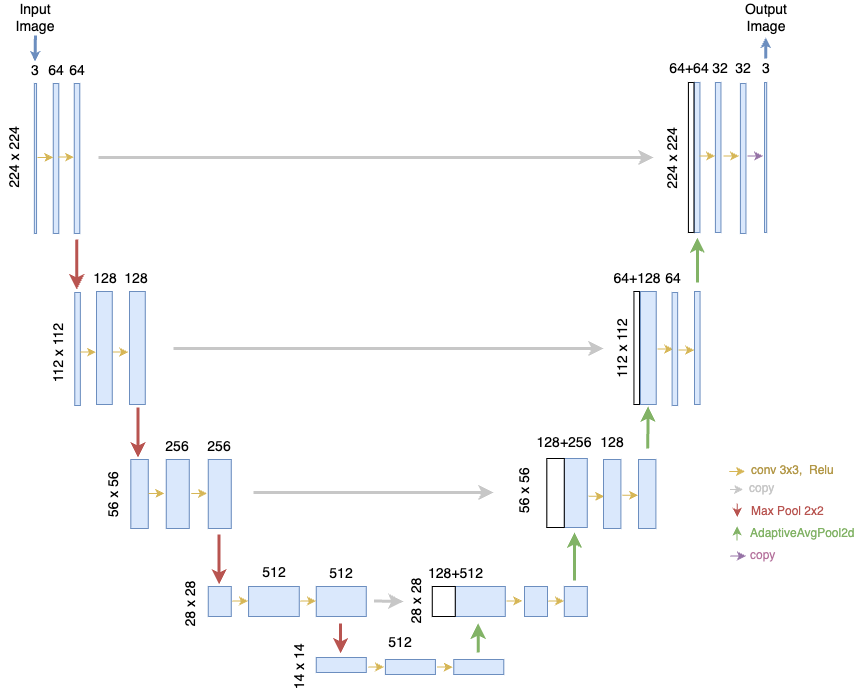
This is docs/images/unet.png from aidl-upc-2024-clothes-extractor/clothes-extractor, a draw.io export, as it was before one commit. Source tidied: cells renumbered, new cells last; positions are measured from the earlier drawing's top-left corner, leaving out a move shared by most shapes.
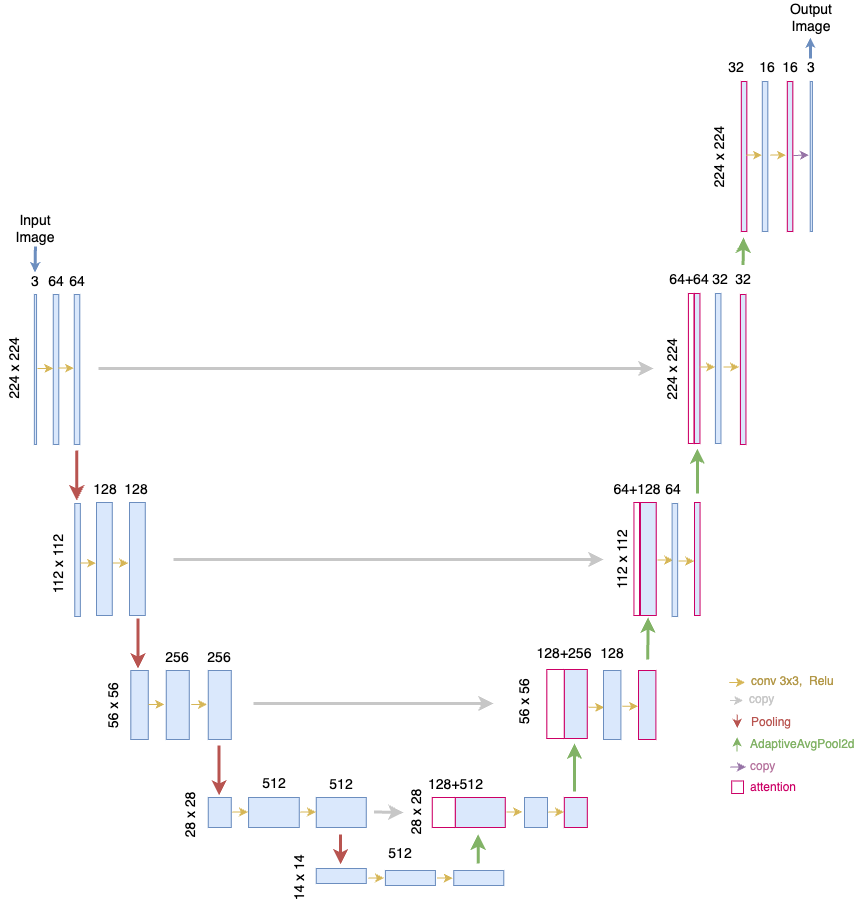
The same file after the commit.

Commit message:
Correct unet diagram

Change to the diagram source:
```diff
@@ -65,10 +65,10 @@
     <mxCell id="16" style="rounded=0;whiteSpace=wrap;html=1;fillColor=#dae8fc;strokeColor=#6c8ebf;perimeterSpacing=3;" parent="1" vertex="1">
       <mxGeometry x="341.8" y="655" width="50" height="15" as="geometry" />
     </mxCell>
-    <mxCell id="17" style="rounded=0;whiteSpace=wrap;html=1;fillColor=#dae8fc;strokeColor=#6c8ebf;perimeterSpacing=3;" parent="1" vertex="1">
+    <mxCell id="17" style="rounded=0;whiteSpace=wrap;html=1;fillColor=#dae8fc;strokeColor=#CC0066;perimeterSpacing=3;" parent="1" vertex="1">
       <mxGeometry x="480.8" y="584" width="50" height="30" as="geometry" />
     </mxCell>
-    <mxCell id="18" style="rounded=0;whiteSpace=wrap;html=1;fillColor=#dae8fc;strokeColor=#6c8ebf;perimeterSpacing=3;" parent="1" vertex="1">
+    <mxCell id="18" style="rounded=0;whiteSpace=wrap;html=1;fillColor=#dae8fc;strokeColor=#CC0066;perimeterSpacing=3;" parent="1" vertex="1">
       <mxGeometry x="589.8" y="456" width="23" height="69" as="geometry" />
     </mxCell>
     <mxCell id="19" style="rounded=0;whiteSpace=wrap;html=1;fillColor=#dae8fc;strokeColor=#6c8ebf;perimeterSpacing=3;" parent="1" vertex="1">
@@ -80,7 +80,7 @@
     <mxCell id="21" style="rounded=0;whiteSpace=wrap;html=1;fillColor=#dae8fc;strokeColor=#6c8ebf;perimeterSpacing=3;" parent="1" vertex="1">
       <mxGeometry x="233.8" y="584" width="23" height="30" as="geometry" />
     </mxCell>
-    <mxCell id="22" style="rounded=0;whiteSpace=wrap;html=1;fillColor=#dae8fc;strokeColor=#6c8ebf;perimeterSpacing=3;" parent="1" vertex="1">
+    <mxCell id="22" style="rounded=0;whiteSpace=wrap;html=1;fillColor=#dae8fc;strokeColor=#CC0066;perimeterSpacing=3;" parent="1" vertex="1">
       <mxGeometry x="719.9" y="80" width="5.5" height="150" as="geometry" />
     </mxCell>
     <mxCell id="23" style="rounded=0;whiteSpace=wrap;html=1;fillColor=#dae8fc;strokeColor=#6c8ebf;perimeterSpacing=3;" parent="1" vertex="1">
@@ -98,7 +98,7 @@
         <mxPoint x="698.7" y="346.6" as="targetPoint" />
       </mxGeometry>
     </mxCell>
-    <mxCell id="26" style="rounded=0;whiteSpace=wrap;html=1;perimeterSpacing=3;" parent="1" vertex="1">
+    <mxCell id="26" style="rounded=0;whiteSpace=wrap;html=1;perimeterSpacing=3;strokeColor=#CC0066;" parent="1" vertex="1">
       <mxGeometry x="713.9" y="80" width="5.5" height="150" as="geometry" />
     </mxCell>
     <mxCell id="27" style="endArrow=classic;html=1;rounded=0;fillColor=#f5f5f5;strokeColor=#C7C7C7;strokeWidth=3;" parent="1" edge="1">
@@ -173,11 +173,11 @@
         <mxPoint x="722.9" y="235" as="targetPoint" />
       </mxGeometry>
     </mxCell>
-    <mxCell id="39" style="rounded=0;whiteSpace=wrap;html=1;fillColor=#dae8fc;strokeColor=#6c8ebf;perimeterSpacing=3;" parent="1" vertex="1">
+    <mxCell id="39" style="rounded=0;whiteSpace=wrap;html=1;fillColor=#dae8fc;strokeColor=#CC0066;perimeterSpacing=3;" parent="1" vertex="1">
       <mxGeometry x="765.9" y="81" width="5.5" height="150" as="geometry" />
     </mxCell>
     <mxCell id="40" style="rounded=0;whiteSpace=wrap;html=1;fillColor=#dae8fc;strokeColor=#6c8ebf;perimeterSpacing=3;" parent="1" vertex="1">
-      <mxGeometry x="790" y="80" width="2.2" height="150" as="geometry" />
+      <mxGeometry x="835.7" y="-132" width="2.2" height="150" as="geometry" />
     </mxCell>
     <mxCell id="41" style="endArrow=classic;html=1;rounded=0;exitX=1;exitY=0.5;exitDx=0;exitDy=0;entryX=0;entryY=0.5;entryDx=0;entryDy=0;fillColor=#fff2cc;strokeColor=#d6b656;" parent="1" edge="1">
       <mxGeometry relative="1" as="geometry">
@@ -191,10 +191,10 @@
         <mxPoint x="764.6" y="153.6" as="targetPoint" />
       </mxGeometry>
     </mxCell>
-    <mxCell id="43" style="endArrow=classic;html=1;rounded=0;exitX=1;exitY=0.5;exitDx=0;exitDy=0;entryX=0;entryY=0.5;entryDx=0;entryDy=0;fillColor=#e1d5e7;strokeColor=#9673a6;" parent="1" edge="1">
+    <mxCell id="43" style="endArrow=classic;html=1;rounded=0;entryX=0;entryY=0.5;entryDx=0;entryDy=0;fillColor=#e1d5e7;strokeColor=#9673a6;" parent="1" edge="1">
       <mxGeometry relative="1" as="geometry">
-        <mxPoint x="772.9" y="153.6" as="sourcePoint" />
-        <mxPoint x="788.6" y="153.6" as="targetPoint" />
+        <mxPoint x="819" y="-58" as="sourcePoint" />
+        <mxPoint x="834.3" y="-58.4" as="targetPoint" />
       </mxGeometry>
     </mxCell>
     <mxCell id="44" style="endArrow=classic;html=1;rounded=0;exitX=1;exitY=0.5;exitDx=0;exitDy=0;entryX=0;entryY=0.5;entryDx=0;entryDy=0;fillColor=#fff2cc;strokeColor=#d6b656;" parent="1" edge="1">
@@ -330,13 +330,13 @@
       <mxGeometry x="759.7" y="56" width="18.1" height="19" as="geometry" />
     </mxCell>
     <mxCell id="80" value="&lt;font style=&quot;font-size: 14px;&quot;&gt;3&lt;/font&gt;" style="text;html=1;align=center;verticalAlign=middle;whiteSpace=wrap;rounded=0;" parent="1" vertex="1">
-      <mxGeometry x="783.1" y="56" width="18.1" height="19" as="geometry" />
+      <mxGeometry x="827.8" y="-156" width="18.1" height="19" as="geometry" />
     </mxCell>
     <mxCell id="81" value="&lt;font style=&quot;font-size: 14px;&quot;&gt;Input Image&lt;/font&gt;" style="text;html=1;align=center;verticalAlign=middle;whiteSpace=wrap;rounded=0;" parent="1" vertex="1">
       <mxGeometry x="30.9" width="60" height="30" as="geometry" />
     </mxCell>
     <mxCell id="82" value="&lt;font style=&quot;font-size: 14px;&quot;&gt;Output Image&lt;/font&gt;" style="text;html=1;align=center;verticalAlign=middle;whiteSpace=wrap;rounded=0;" parent="1" vertex="1">
-      <mxGeometry x="762.1" width="60" height="30" as="geometry" />
+      <mxGeometry x="806.8" y="-211" width="60" height="30" as="geometry" />
     </mxCell>
     <mxCell id="83" style="endArrow=classic;html=1;rounded=0;strokeWidth=3;fillColor=#dae8fc;strokeColor=#6c8ebf;exitX=0.5;exitY=1;exitDx=0;exitDy=0;endSize=1;startSize=1;" parent="1" edge="1">
       <mxGeometry relative="1" as="geometry">
@@ -346,8 +346,8 @@
     </mxCell>
     <mxCell id="84" style="endArrow=classic;html=1;rounded=0;strokeWidth=3;fillColor=#dae8fc;strokeColor=#6c8ebf;endSize=1;startSize=1;" parent="1" edge="1">
       <mxGeometry relative="1" as="geometry">
-        <mxPoint x="791.2" y="56" as="sourcePoint" />
-        <mxPoint x="791.2" y="35" as="targetPoint" />
+        <mxPoint x="835.9" y="-155" as="sourcePoint" />
+        <mxPoint x="835.9" y="-176" as="targetPoint" />
       </mxGeometry>
     </mxCell>
     <mxCell id="85" style="endArrow=classic;html=1;rounded=0;exitX=1;exitY=0.5;exitDx=0;exitDy=0;entryX=0;entryY=0.5;entryDx=0;entryDy=0;fillColor=#fff2cc;strokeColor=#d6b656;" parent="1" edge="1">
@@ -386,7 +386,7 @@
     <mxCell id="91" value="&lt;font color=&quot;#c7c7c7&quot;&gt;copy&lt;/font&gt;" style="text;html=1;align=left;verticalAlign=middle;whiteSpace=wrap;rounded=0;" parent="1" vertex="1">
       <mxGeometry x="772.6" y="477.5" width="94" height="16" as="geometry" />
     </mxCell>
-    <mxCell id="92" value="&lt;font color=&quot;#b85450&quot;&gt;Max Pool 2x2&lt;/font&gt;" style="text;html=1;align=left;verticalAlign=middle;whiteSpace=wrap;rounded=0;" parent="1" vertex="1">
+    <mxCell id="92" value="&lt;font color=&quot;#b85450&quot;&gt;Pooling&lt;/font&gt;" style="text;html=1;align=left;verticalAlign=middle;whiteSpace=wrap;rounded=0;" parent="1" vertex="1">
       <mxGeometry x="774.6" y="500.5" width="94" height="16" as="geometry" />
     </mxCell>
     <mxCell id="93" value="&lt;font color=&quot;#82b366&quot;&gt;AdaptiveAvgPool2d&lt;/font&gt;" style="text;html=1;align=left;verticalAlign=middle;whiteSpace=wrap;rounded=0;" parent="1" vertex="1">
@@ -401,35 +401,80 @@
     <mxCell id="96" style="rounded=0;whiteSpace=wrap;html=1;fillColor=#dae8fc;strokeColor=#6c8ebf;perimeterSpacing=3;" parent="1" vertex="1">
       <mxGeometry x="479.3" y="657" width="50" height="15" as="geometry" />
     </mxCell>
-    <mxCell id="97" style="rounded=0;whiteSpace=wrap;html=1;perimeterSpacing=3;" parent="1" vertex="1">
+    <mxCell id="97" style="rounded=0;whiteSpace=wrap;html=1;perimeterSpacing=3;strokeColor=#CC0066;" parent="1" vertex="1">
       <mxGeometry x="457.8" y="584" width="23" height="30" as="geometry" />
     </mxCell>
     <mxCell id="98" style="rounded=0;whiteSpace=wrap;html=1;fillColor=#dae8fc;strokeColor=#6c8ebf;perimeterSpacing=3;" parent="1" vertex="1">
       <mxGeometry x="550" y="584" width="23" height="30" as="geometry" />
     </mxCell>
-    <mxCell id="99" style="rounded=0;whiteSpace=wrap;html=1;fillColor=#dae8fc;strokeColor=#6c8ebf;perimeterSpacing=3;" parent="1" vertex="1">
+    <mxCell id="99" style="rounded=0;whiteSpace=wrap;html=1;fillColor=#dae8fc;strokeColor=#CC0066;perimeterSpacing=3;" parent="1" vertex="1">
       <mxGeometry x="589.8" y="584" width="23" height="30" as="geometry" />
     </mxCell>
     <mxCell id="100" style="rounded=0;whiteSpace=wrap;html=1;fillColor=#dae8fc;strokeColor=#6c8ebf;perimeterSpacing=3;" parent="1" vertex="1">
       <mxGeometry x="629" y="457" width="17.4" height="69" as="geometry" />
     </mxCell>
-    <mxCell id="101" style="rounded=0;whiteSpace=wrap;html=1;fillColor=#dae8fc;strokeColor=#6c8ebf;perimeterSpacing=3;" parent="1" vertex="1">
+    <mxCell id="101" style="rounded=0;whiteSpace=wrap;html=1;fillColor=#dae8fc;strokeColor=#CC0066;perimeterSpacing=3;" parent="1" vertex="1">
       <mxGeometry x="664" y="457" width="17.4" height="69" as="geometry" />
     </mxCell>
-    <mxCell id="102" style="rounded=0;whiteSpace=wrap;html=1;perimeterSpacing=3;" parent="1" vertex="1">
+    <mxCell id="102" style="rounded=0;whiteSpace=wrap;html=1;perimeterSpacing=3;strokeColor=#CC0066;" parent="1" vertex="1">
       <mxGeometry x="572.4" y="456" width="17.4" height="69" as="geometry" />
     </mxCell>
     <mxCell id="103" style="rounded=0;whiteSpace=wrap;html=1;fillColor=#dae8fc;strokeColor=#6c8ebf;perimeterSpacing=3;" parent="1" vertex="1">
       <mxGeometry x="697.6" y="290" width="5.5" height="113" as="geometry" />
     </mxCell>
-    <mxCell id="104" style="rounded=0;whiteSpace=wrap;html=1;fillColor=#dae8fc;strokeColor=#6c8ebf;perimeterSpacing=3;" parent="1" vertex="1">
+    <mxCell id="104" style="rounded=0;whiteSpace=wrap;html=1;fillColor=#dae8fc;strokeColor=#CC0066;perimeterSpacing=3;" parent="1" vertex="1">
       <mxGeometry x="720" y="289" width="5.5" height="113" as="geometry" />
     </mxCell>
-    <mxCell id="105" style="rounded=0;whiteSpace=wrap;html=1;perimeterSpacing=3;" parent="1" vertex="1">
+    <mxCell id="105" style="rounded=0;whiteSpace=wrap;html=1;perimeterSpacing=3;strokeColor=#CC0066;" parent="1" vertex="1">
       <mxGeometry x="659.5" y="289" width="5.5" height="113" as="geometry" />
     </mxCell>
-    <mxCell id="106" style="rounded=0;whiteSpace=wrap;html=1;fillColor=#dae8fc;strokeColor=#6c8ebf;perimeterSpacing=3;" parent="1" vertex="1">
+    <mxCell id="106" style="rounded=0;whiteSpace=wrap;html=1;fillColor=#dae8fc;strokeColor=#CC0066;perimeterSpacing=3;" parent="1" vertex="1">
       <mxGeometry x="666" y="289" width="15.8" height="113" as="geometry" />
     </mxCell>
+    <mxCell id="107" style="endArrow=classic;html=1;rounded=0;strokeWidth=3;fillColor=#d5e8d4;strokeColor=#82b366;" parent="1" edge="1">
+      <mxGeometry relative="1" as="geometry">
+        <mxPoint x="768.6" y="51.5" as="sourcePoint" />
+        <mxPoint x="769" y="24" as="targetPoint" />
+      </mxGeometry>
+    </mxCell>
+    <mxCell id="108" style="rounded=0;whiteSpace=wrap;html=1;fillColor=#dae8fc;strokeColor=#CC0066;perimeterSpacing=3;" parent="1" vertex="1">
+      <mxGeometry x="766.8" y="-132" width="5.5" height="150" as="geometry" />
+    </mxCell>
+    <mxCell id="109" style="rounded=0;whiteSpace=wrap;html=1;fillColor=#dae8fc;strokeColor=#6c8ebf;perimeterSpacing=3;" parent="1" vertex="1">
+      <mxGeometry x="787.8" y="-132" width="5.5" height="150" as="geometry" />
+    </mxCell>
+    <mxCell id="110" style="endArrow=classic;html=1;rounded=0;exitX=1;exitY=0.5;exitDx=0;exitDy=0;entryX=0;entryY=0.5;entryDx=0;entryDy=0;fillColor=#fff2cc;strokeColor=#d6b656;" parent="1" edge="1">
+      <mxGeometry relative="1" as="geometry">
+        <mxPoint x="771.8" y="-58.4" as="sourcePoint" />
+        <mxPoint x="787.5" y="-58.4" as="targetPoint" />
+      </mxGeometry>
+    </mxCell>
+    <mxCell id="111" style="rounded=0;whiteSpace=wrap;html=1;fillColor=#dae8fc;strokeColor=#CC0066;perimeterSpacing=3;" parent="1" vertex="1">
+      <mxGeometry x="812.8" y="-132" width="5.5" height="150" as="geometry" />
+    </mxCell>
+    <mxCell id="112" style="endArrow=classic;html=1;rounded=0;exitX=1;exitY=0.5;exitDx=0;exitDy=0;entryX=0;entryY=0.5;entryDx=0;entryDy=0;fillColor=#fff2cc;strokeColor=#d6b656;" parent="1" edge="1">
+      <mxGeometry relative="1" as="geometry">
+        <mxPoint x="795.8" y="-58.4" as="sourcePoint" />
+        <mxPoint x="811.5" y="-58.4" as="targetPoint" />
+      </mxGeometry>
+    </mxCell>
+    <mxCell id="113" value="&lt;font style=&quot;font-size: 14px;&quot;&gt;224 x 224&lt;/font&gt;" style="text;html=1;align=center;verticalAlign=middle;whiteSpace=wrap;rounded=0;rotation=-90;" parent="1" vertex="1">
+      <mxGeometry x="704.8" y="-71" width="80" height="30" as="geometry" />
+    </mxCell>
+    <mxCell id="114" value="&lt;font style=&quot;font-size: 14px;&quot;&gt;16&lt;/font&gt;" style="text;html=1;align=center;verticalAlign=middle;whiteSpace=wrap;rounded=0;" parent="1" vertex="1">
+      <mxGeometry x="783.6" y="-156" width="18.1" height="19" as="geometry" />
+    </mxCell>
+    <mxCell id="115" value="&lt;font style=&quot;font-size: 14px;&quot;&gt;32&lt;/font&gt;" style="text;html=1;align=center;verticalAlign=middle;whiteSpace=wrap;rounded=0;" parent="1" vertex="1">
+      <mxGeometry x="752.5" y="-156" width="18.1" height="19" as="geometry" />
+    </mxCell>
+    <mxCell id="116" value="&lt;font style=&quot;font-size: 14px;&quot;&gt;16&lt;/font&gt;" style="text;html=1;align=center;verticalAlign=middle;whiteSpace=wrap;rounded=0;" parent="1" vertex="1">
+      <mxGeometry x="806.6" y="-156" width="18.1" height="19" as="geometry" />
+    </mxCell>
+    <mxCell id="117" style="rounded=0;whiteSpace=wrap;html=1;perimeterSpacing=3;strokeColor=#CC0066;" parent="1" vertex="1">
+      <mxGeometry x="757.2" y="567.5" width="11.8" height="12.5" as="geometry" />
+    </mxCell>
+    <mxCell id="118" value="&lt;font color=&quot;#cc0066&quot;&gt;attention&lt;/font&gt;" style="text;html=1;align=left;verticalAlign=middle;whiteSpace=wrap;rounded=0;" parent="1" vertex="1">
+      <mxGeometry x="773.8" y="566" width="94" height="16" as="geometry" />
+    </mxCell>
   </root>
 </mxGraphModel>
```
